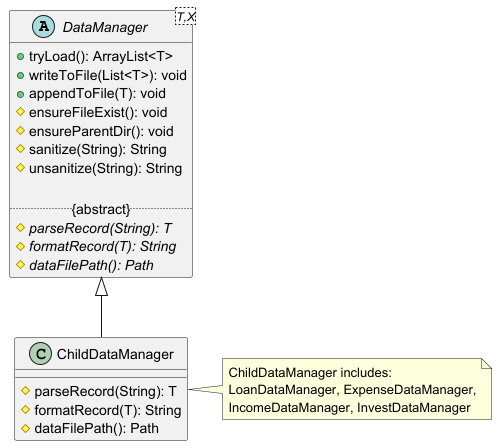
AY2526S1-CS2113-T10-1/tp keeps this PlantUML diagram as docs/diagrams/storage/DataManagerClassDiagram.png. Above is the earlier version.
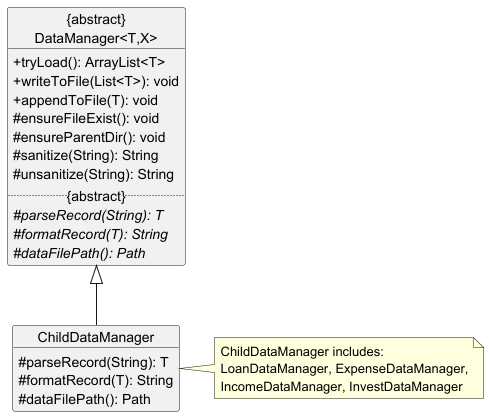
The same diagram one commit later.

What changed in the source:
```diff
@@ -1,6 +1,8 @@
 @startuml
 
-abstract class DataManager<T,X> {
+skinparam classAttributeIconSize 0
+
+object "{abstract}\nDataManager<T,X>" {
 + tryLoad(): ArrayList<T>
 + writeToFile(List<T>): void
 + appendToFile(T): void
@@ -15,12 +17,12 @@
 # dataFilePath(): Path {abstract}
 }
 
-class ChildDataManager {
+object ChildDataManager {
 # parseRecord(String): T
 # formatRecord(T): String
 # dataFilePath(): Path
 }
 
 note right of ChildDataManager: ChildDataManager includes:\nLoanDataManager, ExpenseDataManager,\nIncomeDataManager, InvestDataManager
-DataManager <|-- ChildDataManager
+"{abstract}\nDataManager<T,X>" <|-- ChildDataManager
 @enduml
```
